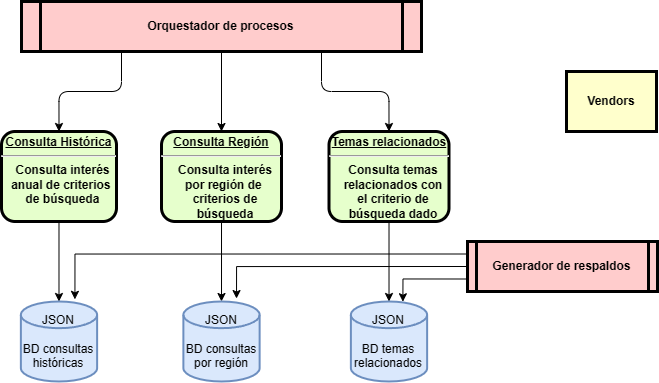
Before: diagramas/arquitectura_general.drawio.png, a diagram exported from draw.io (CAMM961001/cas_inai). Source tidied: cells renumbered, new cells last; positions are measured from the earlier drawing's top-left corner, leaving out a move shared by most shapes.
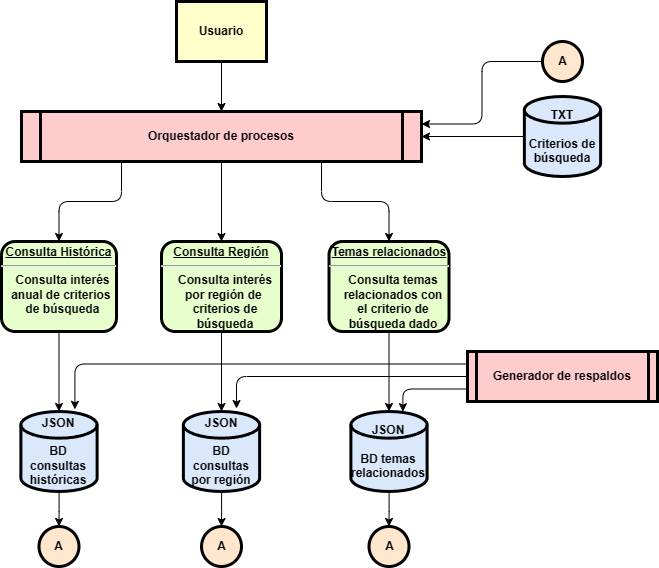
Later version of the same file.

Change to the diagram source:
```diff
@@ -32,29 +32,62 @@
     <mxCell id="11" value="Orquestador de procesos" style="shape=process;whiteSpace=wrap;align=center;verticalAlign=middle;size=0.0475;fontStyle=1;strokeWidth=3;fillColor=#FFCCCC;points=[[0,0,0,0,0],[0,0.25,0,0,0],[0,0.5,0,0,0],[0,0.75,0,0,0],[0,1,0,0,0],[0.25,0,0,0,0],[0.25,1,0,0,0],[0.5,0,0,0,0],[0.5,1,0,0,0],[0.75,0,0,0,0],[0.75,1,0,0,0],[1,0,0,0,0],[1,0.25,0,0,0],[1,0.5,0,0,0],[1,0.75,0,0,0],[1,1,0,0,0]];" parent="1" vertex="1">
       <mxGeometry x="20" width="400" height="50" as="geometry" />
     </mxCell>
+    <mxCell id="20" style="edgeStyle=orthogonalEdgeStyle;rounded=0;jettySize=auto;html=1;entryX=0.5;entryY=0;entryDx=0;entryDy=0;entryPerimeter=0;" parent="1" edge="1" source="12" target="11">
+      <mxGeometry relative="1" as="geometry" />
+    </mxCell>
-    <mxCell id="12" value="Vendors" style="whiteSpace=wrap;align=center;verticalAlign=middle;fontStyle=1;strokeWidth=3;fillColor=#FFFFCC;" parent="1" vertex="1">
-      <mxGeometry x="565" y="70" width="90" height="60" as="geometry" />
+    <mxCell id="12" value="Usuario" style="whiteSpace=wrap;align=center;verticalAlign=middle;fontStyle=1;strokeWidth=3;fillColor=#FFFFCC;" parent="1" vertex="1">
+      <mxGeometry x="175" y="-110" width="90" height="60" as="geometry" />
     </mxCell>
+    <mxCell id="21" style="edgeStyle=orthogonalEdgeStyle;rounded=0;jettySize=auto;html=1;entryX=0.5;entryY=0;entryDx=0;entryDy=0;entryPerimeter=0;" parent="1" edge="1" source="13" target="26">
+      <mxGeometry relative="1" as="geometry" />
+    </mxCell>
-    <mxCell id="13" value="JSON&lt;br&gt;&lt;br&gt;BD consultas&lt;br&gt;históricas" style="strokeWidth=2;html=1;shape=mxgraph.flowchart.database;whiteSpace=wrap;fillColor=#dae8fc;strokeColor=#6c8ebf;" parent="1" vertex="1">
+    <mxCell id="13" value="JSON&lt;br&gt;&lt;br&gt;BD consultas&lt;br&gt;históricas" style="strokeWidth=3;html=1;shape=mxgraph.flowchart.database;whiteSpace=wrap;fillColor=#dae8fc;strokeColor=#000000;fontStyle=1;" parent="1" vertex="1">
       <mxGeometry x="19.4" y="300" width="76.2" height="80" as="geometry" />
     </mxCell>
-    <mxCell id="14" style="edgeStyle=orthogonalEdgeStyle;rounded=0;jettySize=auto;html=1;exitX=0;exitY=0.25;exitDx=0;exitDy=0;exitPerimeter=0;entryX=0.709;entryY=-0.027;entryDx=0;entryDy=0;entryPerimeter=0;" parent="1" edge="1" source="17" target="13">
+    <mxCell id="14" style="edgeStyle=orthogonalEdgeStyle;rounded=1;jettySize=auto;html=1;exitX=0;exitY=0.25;exitDx=0;exitDy=0;exitPerimeter=0;entryX=0.709;entryY=-0.027;entryDx=0;entryDy=0;entryPerimeter=0;" parent="1" edge="1" source="17" target="13">
       <mxGeometry relative="1" as="geometry" />
     </mxCell>
-    <mxCell id="15" style="edgeStyle=orthogonalEdgeStyle;rounded=0;jettySize=auto;html=1;exitX=0;exitY=0.5;exitDx=0;exitDy=0;exitPerimeter=0;entryX=0.697;entryY=-0.037;entryDx=0;entryDy=0;entryPerimeter=0;" parent="1" edge="1" source="17" target="18">
+    <mxCell id="15" style="edgeStyle=orthogonalEdgeStyle;rounded=1;jettySize=auto;html=1;exitX=0;exitY=0.5;exitDx=0;exitDy=0;exitPerimeter=0;entryX=0.697;entryY=-0.037;entryDx=0;entryDy=0;entryPerimeter=0;" parent="1" edge="1" source="17" target="18">
       <mxGeometry relative="1" as="geometry" />
     </mxCell>
-    <mxCell id="16" style="edgeStyle=orthogonalEdgeStyle;rounded=0;jettySize=auto;html=1;exitX=0;exitY=0.75;exitDx=0;exitDy=0;exitPerimeter=0;entryX=0.682;entryY=0.003;entryDx=0;entryDy=0;entryPerimeter=0;" parent="1" edge="1" source="17" target="19">
+    <mxCell id="16" style="edgeStyle=orthogonalEdgeStyle;rounded=1;jettySize=auto;html=1;exitX=0;exitY=0.75;exitDx=0;exitDy=0;exitPerimeter=0;entryX=0.682;entryY=0.003;entryDx=0;entryDy=0;entryPerimeter=0;" parent="1" edge="1" source="17" target="19">
       <mxGeometry relative="1" as="geometry" />
     </mxCell>
     <mxCell id="17" value="Generador de respaldos" style="shape=process;whiteSpace=wrap;align=center;verticalAlign=middle;size=0.0475;fontStyle=1;strokeWidth=3;fillColor=#FFCCCC;points=[[0,0,0,0,0],[0,0.25,0,0,0],[0,0.5,0,0,0],[0,0.75,0,0,0],[0,1,0,0,0],[0.25,0,0,0,0],[0.25,1,0,0,0],[0.5,0,0,0,0],[0.5,1,0,0,0],[0.75,0,0,0,0],[0.75,1,0,0,0],[1,0,0,0,0],[1,0.25,0,0,0],[1,0.5,0,0,0],[1,0.75,0,0,0],[1,1,0,0,0]];" parent="1" vertex="1">
       <mxGeometry x="466" y="240" width="190" height="50" as="geometry" />
     </mxCell>
+    <mxCell id="22" style="edgeStyle=orthogonalEdgeStyle;rounded=0;jettySize=auto;html=1;entryX=0.5;entryY=0;entryDx=0;entryDy=0;entryPerimeter=0;" parent="1" edge="1" source="18" target="27">
+      <mxGeometry relative="1" as="geometry" />
+    </mxCell>
-    <mxCell id="18" value="JSON&lt;br&gt;&lt;br&gt;BD consultas por región" style="strokeWidth=2;html=1;shape=mxgraph.flowchart.database;whiteSpace=wrap;fillColor=#dae8fc;strokeColor=#6c8ebf;" parent="1" vertex="1">
+    <mxCell id="18" value="JSON&lt;br&gt;&lt;br&gt;BD consultas por región" style="strokeWidth=3;html=1;shape=mxgraph.flowchart.database;whiteSpace=wrap;fillColor=#dae8fc;strokeColor=#000000;fontStyle=1;" parent="1" vertex="1">
       <mxGeometry x="181.9" y="300" width="76.2" height="80" as="geometry" />
     </mxCell>
+    <mxCell id="23" style="edgeStyle=orthogonalEdgeStyle;rounded=0;jettySize=auto;html=1;entryX=0.5;entryY=0;entryDx=0;entryDy=0;entryPerimeter=0;" parent="1" edge="1" source="19" target="30">
+      <mxGeometry relative="1" as="geometry" />
+    </mxCell>
-    <mxCell id="19" value="JSON&lt;br&gt;&lt;br&gt;BD temas relacionados" style="strokeWidth=2;html=1;shape=mxgraph.flowchart.database;whiteSpace=wrap;fillColor=#dae8fc;strokeColor=#6c8ebf;" parent="1" vertex="1">
+    <mxCell id="19" value="JSON&lt;br&gt;&lt;br&gt;BD temas relacionados" style="strokeWidth=3;html=1;shape=mxgraph.flowchart.database;whiteSpace=wrap;fillColor=#dae8fc;strokeColor=#000000;fontStyle=1;" parent="1" vertex="1">
       <mxGeometry x="349.4" y="300" width="76.2" height="80" as="geometry" />
     </mxCell>
+    <mxCell id="24" style="edgeStyle=orthogonalEdgeStyle;rounded=0;jettySize=auto;html=1;entryX=1;entryY=0.5;entryDx=0;entryDy=0;entryPerimeter=0;" parent="1" edge="1" source="25" target="11">
+      <mxGeometry relative="1" as="geometry" />
+    </mxCell>
+    <mxCell id="25" value="TXT&lt;br&gt;&lt;br&gt;Criterios de búsqueda" style="strokeWidth=3;html=1;shape=mxgraph.flowchart.database;whiteSpace=wrap;fillColor=#dae8fc;strokeColor=#000000;fontStyle=1;" parent="1" vertex="1">
+      <mxGeometry x="522.9" y="-15" width="76.2" height="80" as="geometry" />
+    </mxCell>
+    <mxCell id="26" value="A" style="verticalLabelPosition=middle;verticalAlign=middle;html=1;shape=mxgraph.flowchart.on-page_reference;fillColor=#ffe6cc;strokeColor=#000000;strokeWidth=3;fontStyle=1;labelPosition=center;align=center;" parent="1" vertex="1">
+      <mxGeometry x="37.5" y="415" width="40" height="40" as="geometry" />
+    </mxCell>
+    <mxCell id="27" value="A" style="verticalLabelPosition=middle;verticalAlign=middle;html=1;shape=mxgraph.flowchart.on-page_reference;fillColor=#ffe6cc;strokeColor=#000000;strokeWidth=3;fontStyle=1;labelPosition=center;align=center;" parent="1" vertex="1">
+      <mxGeometry x="200" y="415" width="40" height="40" as="geometry" />
+    </mxCell>
+    <mxCell id="28" style="edgeStyle=orthogonalEdgeStyle;rounded=1;jettySize=auto;html=1;entryX=1;entryY=0.25;entryDx=0;entryDy=0;entryPerimeter=0;" parent="1" edge="1" source="29" target="11">
+      <mxGeometry relative="1" as="geometry" />
+    </mxCell>
+    <mxCell id="29" value="A" style="verticalLabelPosition=middle;verticalAlign=middle;html=1;shape=mxgraph.flowchart.on-page_reference;fillColor=#ffe6cc;strokeColor=#000000;strokeWidth=3;fontStyle=1;labelPosition=center;align=center;" parent="1" vertex="1">
+      <mxGeometry x="541" y="-70" width="40" height="40" as="geometry" />
+    </mxCell>
+    <mxCell id="30" value="A" style="verticalLabelPosition=middle;verticalAlign=middle;html=1;shape=mxgraph.flowchart.on-page_reference;fillColor=#ffe6cc;strokeColor=#000000;strokeWidth=3;fontStyle=1;labelPosition=center;align=center;" parent="1" vertex="1">
+      <mxGeometry x="367.5" y="415" width="40" height="40" as="geometry" />
+    </mxCell>
   </root>
 </mxGraphModel>
```
